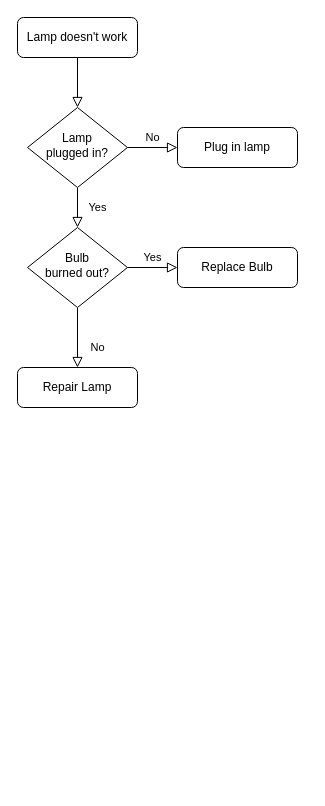
Earlier version of the draw.io diagram Untitled Diagram.drawio (hongNianYS/yasuo). Source tidied: cells renumbered, new cells numbered last; positions are measured from the earlier drawing's top-left corner, leaving out a move shared by most shapes. Both pictures are drawn from the tidied source at 100%, with x=0, y=0 at pixel (17, 17).
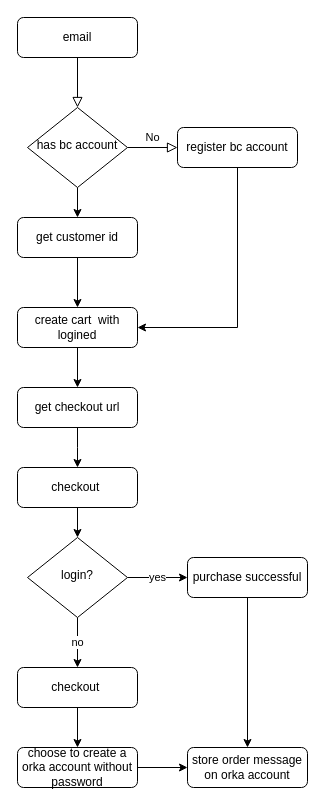
The same diagram, later.

What changed in the source:
```diff
@@
-    <mxCell id="3" value="Lamp doesn't work" style="rounded=1;whiteSpace=wrap;html=1;fontSize=12;glass=0;strokeWidth=1;shadow=0;" parent="1" vertex="1">
+    <mxCell id="3" value="email" style="rounded=1;whiteSpace=wrap;html=1;fontSize=12;glass=0;strokeWidth=1;shadow=0;" parent="1" vertex="1">
       <mxGeometry width="120" height="40" as="geometry" />
     </mxCell>
-    <mxCell id="4" value="Yes" style="rounded=0;html=1;jettySize=auto;fontSize=11;endArrow=block;endFill=0;endSize=8;strokeWidth=1;shadow=0;labelBackgroundColor=none;edgeStyle=orthogonalEdgeStyle;" parent="1" edge="1" source="6" target="10">
-      <mxGeometry y="20" relative="1" as="geometry" />
-    </mxCell>
@@
+    <mxCell id="13" style="edgeStyle=orthogonalEdgeStyle;rounded=0;jettySize=auto;html=1;exitX=0.5;exitY=1;exitDx=0;exitDy=0;" parent="1" edge="1" source="6" target="12">
+      <mxGeometry relative="1" as="geometry" />
+    </mxCell>
-    <mxCell id="6" value="Lamp&lt;br&gt;plugged in?" style="rhombus;whiteSpace=wrap;html=1;shadow=0;fontFamily=Helvetica;fontSize=12;align=center;strokeWidth=1;spacing=6;spacingTop=-4;" parent="1" vertex="1">
+    <mxCell id="6" value="has bc account" style="rhombus;whiteSpace=wrap;html=1;shadow=0;fontFamily=Helvetica;fontSize=12;align=center;strokeWidth=1;spacing=6;spacingTop=-4;" parent="1" vertex="1">
       <mxGeometry x="10" y="90" width="100" height="80" as="geometry" />
     </mxCell>
+    <mxCell id="14" style="edgeStyle=orthogonalEdgeStyle;rounded=0;jettySize=auto;html=1;exitX=0.5;exitY=1;exitDx=0;exitDy=0;entryX=1;entryY=0.5;entryDx=0;entryDy=0;" parent="1" edge="1" source="7" target="11">
+      <mxGeometry relative="1" as="geometry" />
+    </mxCell>
-    <mxCell id="7" value="Plug in lamp" style="rounded=1;whiteSpace=wrap;html=1;fontSize=12;glass=0;strokeWidth=1;shadow=0;" parent="1" vertex="1">
+    <mxCell id="7" value="register bc account" style="rounded=1;whiteSpace=wrap;html=1;fontSize=12;glass=0;strokeWidth=1;shadow=0;" parent="1" vertex="1">
       <mxGeometry x="160" y="110" width="120" height="40" as="geometry" />
     </mxCell>
-    <mxCell id="8" value="No" style="rounded=0;html=1;jettySize=auto;fontSize=11;endArrow=block;endFill=0;endSize=8;strokeWidth=1;shadow=0;labelBackgroundColor=none;edgeStyle=orthogonalEdgeStyle;" parent="1" edge="1" source="10" target="11">
-      <mxGeometry x="0.33" y="20" relative="1" as="geometry" />
-    </mxCell>
-    <mxCell id="9" value="Yes" style="edgeStyle=orthogonalEdgeStyle;rounded=0;html=1;jettySize=auto;fontSize=11;endArrow=block;endFill=0;endSize=8;strokeWidth=1;shadow=0;labelBackgroundColor=none;" parent="1" edge="1" source="10" target="12">
-      <mxGeometry y="10" relative="1" as="geometry" />
-    </mxCell>
-    <mxCell id="10" value="Bulb&lt;br&gt;burned out?" style="rhombus;whiteSpace=wrap;html=1;shadow=0;fontFamily=Helvetica;fontSize=12;align=center;strokeWidth=1;spacing=6;spacingTop=-4;" parent="1" vertex="1">
-      <mxGeometry x="10" y="210" width="100" height="80" as="geometry" />
-    </mxCell>
+    <mxCell id="15" style="edgeStyle=orthogonalEdgeStyle;rounded=0;jettySize=auto;html=1;exitX=0.5;exitY=1;exitDx=0;exitDy=0;entryX=0.5;entryY=0;entryDx=0;entryDy=0;" parent="1" edge="1" source="11" target="18">
+      <mxGeometry relative="1" as="geometry" />
+    </mxCell>
-    <mxCell id="11" value="Repair Lamp" style="rounded=1;whiteSpace=wrap;html=1;fontSize=12;glass=0;strokeWidth=1;shadow=0;" parent="1" vertex="1">
-      <mxGeometry y="350" width="120" height="40" as="geometry" />
+    <mxCell id="11" value="create cart&amp;nbsp; with logined" style="rounded=1;whiteSpace=wrap;html=1;fontSize=12;glass=0;strokeWidth=1;shadow=0;" parent="1" vertex="1">
+      <mxGeometry y="290" width="120" height="40" as="geometry" />
     </mxCell>
+    <mxCell id="16" style="edgeStyle=orthogonalEdgeStyle;rounded=0;jettySize=auto;html=1;exitX=0.5;exitY=1;exitDx=0;exitDy=0;entryX=0.5;entryY=0;entryDx=0;entryDy=0;" parent="1" edge="1" source="12" target="11">
+      <mxGeometry relative="1" as="geometry" />
+    </mxCell>
-    <mxCell id="12" value="Replace Bulb" style="rounded=1;whiteSpace=wrap;html=1;fontSize=12;glass=0;strokeWidth=1;shadow=0;" parent="1" vertex="1">
-      <mxGeometry x="160" y="230" width="120" height="40" as="geometry" />
+    <mxCell id="12" value="get customer id" style="rounded=1;whiteSpace=wrap;html=1;fontSize=12;glass=0;strokeWidth=1;shadow=0;" parent="1" vertex="1">
+      <mxGeometry y="200" width="120" height="40" as="geometry" />
     </mxCell>
+    <mxCell id="17" style="edgeStyle=orthogonalEdgeStyle;rounded=0;jettySize=auto;html=1;exitX=0.5;exitY=1;exitDx=0;exitDy=0;" parent="1" edge="1" source="18">
+      <mxGeometry relative="1" as="geometry">
+        <mxPoint x="60" y="450" as="targetPoint" />
+      </mxGeometry>
+    </mxCell>
+    <mxCell id="18" value="get checkout url" style="rounded=1;whiteSpace=wrap;html=1;fontSize=12;glass=0;strokeWidth=1;shadow=0;" parent="1" vertex="1">
+      <mxGeometry y="370" width="120" height="40" as="geometry" />
+    </mxCell>
+    <mxCell id="19" style="edgeStyle=orthogonalEdgeStyle;rounded=0;jettySize=auto;html=1;exitX=0.5;exitY=1;exitDx=0;exitDy=0;" parent="1" edge="1" source="20" target="23">
+      <mxGeometry relative="1" as="geometry" />
+    </mxCell>
+    <mxCell id="20" value="checkout&amp;nbsp;" style="rounded=1;whiteSpace=wrap;html=1;fontSize=12;glass=0;strokeWidth=1;shadow=0;" parent="1" vertex="1">
+      <mxGeometry y="450" width="120" height="40" as="geometry" />
+    </mxCell>
+    <mxCell id="21" value="yes" style="edgeStyle=orthogonalEdgeStyle;rounded=0;jettySize=auto;html=1;exitX=1;exitY=0.5;exitDx=0;exitDy=0;" parent="1" edge="1" source="23" target="25">
+      <mxGeometry relative="1" as="geometry" />
+    </mxCell>
+    <mxCell id="22" value="no" style="edgeStyle=orthogonalEdgeStyle;rounded=0;jettySize=auto;html=1;exitX=0.5;exitY=1;exitDx=0;exitDy=0;" parent="1" edge="1" source="23">
+      <mxGeometry relative="1" as="geometry">
+        <mxPoint x="60" y="650" as="targetPoint" />
+      </mxGeometry>
+    </mxCell>
+    <mxCell id="23" value="login?" style="rhombus;whiteSpace=wrap;html=1;shadow=0;fontFamily=Helvetica;fontSize=12;align=center;strokeWidth=1;spacing=6;spacingTop=-4;" parent="1" vertex="1">
+      <mxGeometry x="10" y="520" width="100" height="80" as="geometry" />
+    </mxCell>
+    <mxCell id="24" style="edgeStyle=orthogonalEdgeStyle;rounded=0;jettySize=auto;html=1;exitX=0.5;exitY=1;exitDx=0;exitDy=0;" parent="1" edge="1" source="25" target="30">
+      <mxGeometry relative="1" as="geometry" />
+    </mxCell>
+    <mxCell id="25" value="purchase successful" style="rounded=1;whiteSpace=wrap;html=1;fontSize=12;glass=0;strokeWidth=1;shadow=0;" parent="1" vertex="1">
+      <mxGeometry x="170" y="540" width="120" height="40" as="geometry" />
+    </mxCell>
+    <mxCell id="26" style="edgeStyle=orthogonalEdgeStyle;rounded=0;jettySize=auto;html=1;exitX=0.5;exitY=1;exitDx=0;exitDy=0;" parent="1" edge="1" source="27" target="29">
+      <mxGeometry relative="1" as="geometry" />
+    </mxCell>
+    <mxCell id="27" value="checkout&amp;nbsp;" style="rounded=1;whiteSpace=wrap;html=1;fontSize=12;glass=0;strokeWidth=1;shadow=0;" parent="1" vertex="1">
+      <mxGeometry y="650" width="120" height="40" as="geometry" />
+    </mxCell>
+    <mxCell id="28" style="edgeStyle=orthogonalEdgeStyle;rounded=0;jettySize=auto;html=1;exitX=1;exitY=0.5;exitDx=0;exitDy=0;" parent="1" edge="1" source="29" target="30">
+      <mxGeometry relative="1" as="geometry" />
+    </mxCell>
+    <mxCell id="29" value="choose to create a orka account without password" style="rounded=1;whiteSpace=wrap;html=1;fontSize=12;glass=0;strokeWidth=1;shadow=0;" parent="1" vertex="1">
+      <mxGeometry y="730" width="120" height="40" as="geometry" />
+    </mxCell>
+    <mxCell id="30" value="store order message on orka account" style="rounded=1;whiteSpace=wrap;html=1;fontSize=12;glass=0;strokeWidth=1;shadow=0;" parent="1" vertex="1">
+      <mxGeometry x="170" y="730" width="120" height="40" as="geometry" />
+    </mxCell>
```
